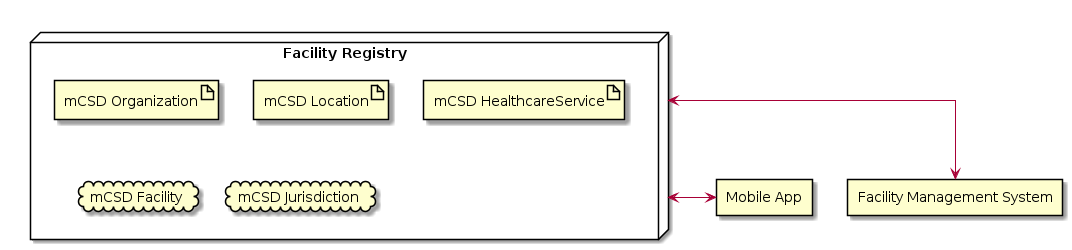
Above: media/monitor-function-facilities.png in IHE/mCSD-Whitepaper (PlantUML), before the change.
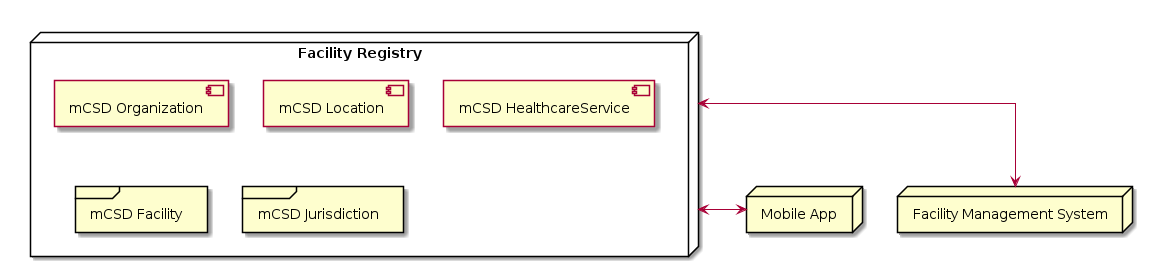
After the change.

Commit message:
Added back in use cases at the top and updated the facility section to reflect this change.  HWR and ILR still need to be updated.  Also updated diagrams for those.

What changed in the source:
```diff
@@ -1,16 +1,17 @@
 @startuml monitor-function-facilities
+skinparam componentStyle uml2
 skinparam linetype ortho
 
 node registry as "Facility Registry" {
-  artifact forg as "mCSD Organization"
-  artifact floc as "mCSD Location"
-  artifact service as "mCSD HealthcareService"
-  cloud "mCSD Facility"
-  cloud "mCSD Jurisdiction"
+  component forg as "mCSD Organization"
+  component floc as "mCSD Location"
+  component service as "mCSD HealthcareService"
+  frame "mCSD Facility"
+  frame "mCSD Jurisdiction"
 }
 together {
-  rectangle fms as "Facility Management System"
-  rectangle mobile as "Mobile App"
+  node fms as "Facility Management System"
+  node mobile as "Mobile App"
 }
 registry <--> fms
 registry <--> mobile
```
